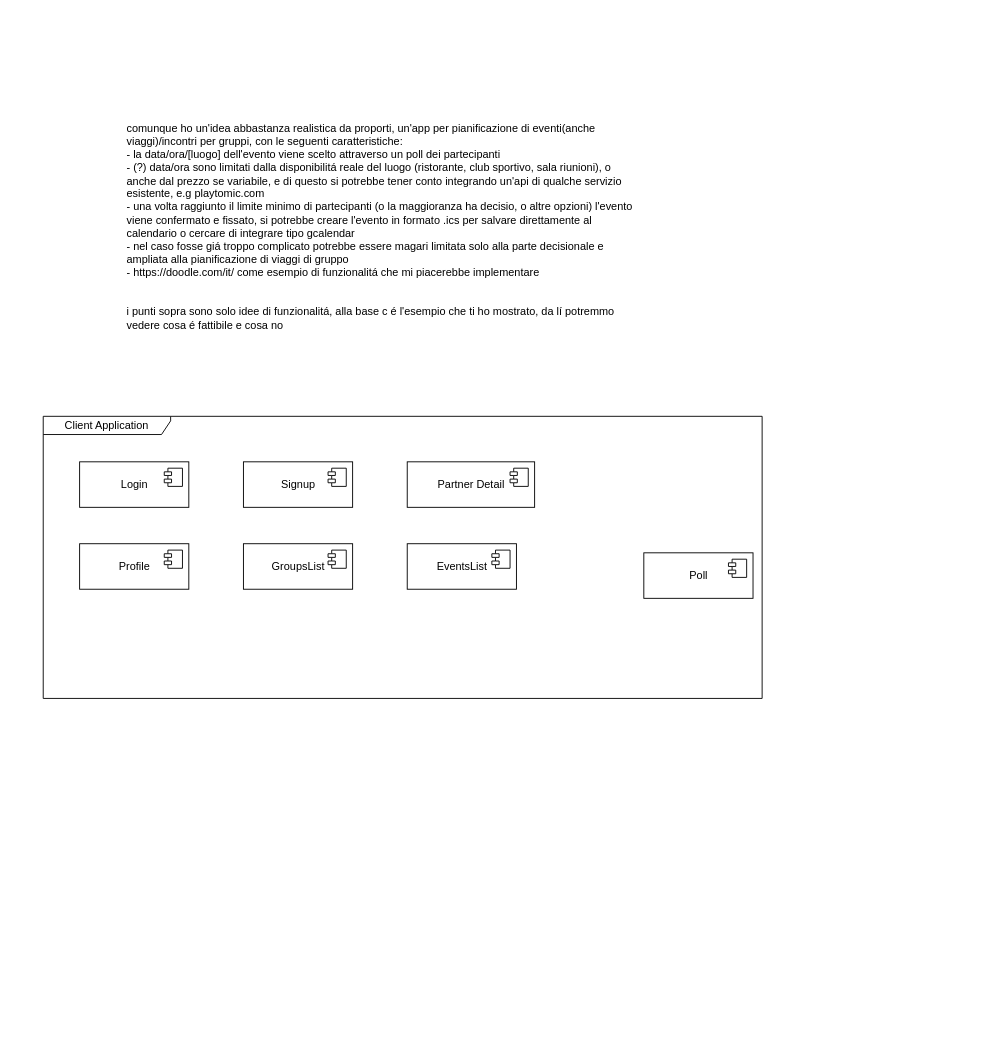
Before: DD.drawio in laaners/DIMA_DD, a draw.io diagram. Source tidied: cells renumbered, new cells numbered last; positions are measured from the earlier drawing's top-left corner, leaving out a move shared by most shapes. Both pictures are drawn from the tidied source at 91%, with x=0, y=0 at pixel (43, 116).
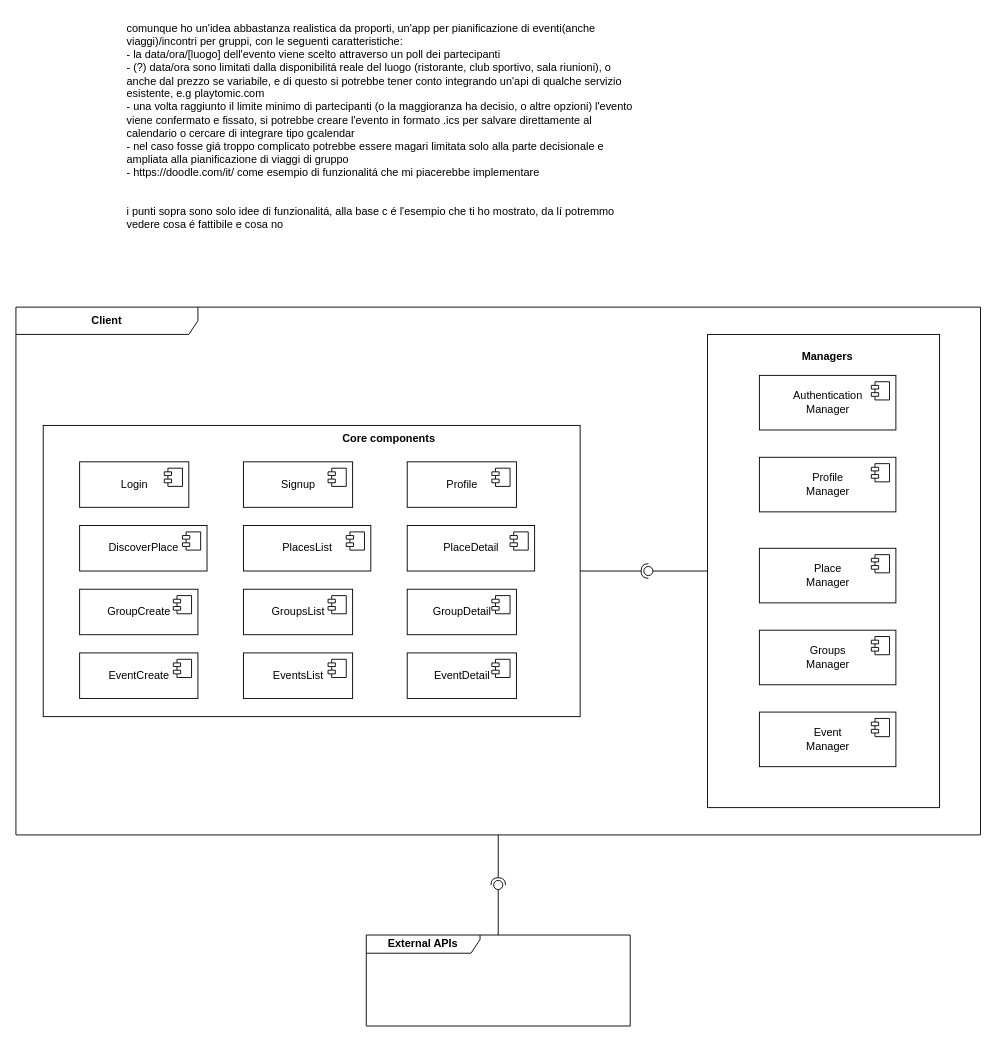
The same diagram, later.

Change to the diagram source:
```diff
@@
-    <mxCell id="2" value="Client Application" style="shape=umlFrame;whiteSpace=wrap;html=1;width=140;height=20;" parent="1" vertex="1">
-      <mxGeometry y="330" width="790" height="310" as="geometry" />
-    </mxCell>
+    <mxCell id="18" value="&lt;b&gt;Client&lt;/b&gt;" style="shape=umlFrame;whiteSpace=wrap;html=1;width=200;height=30;" parent="1" vertex="1">
+      <mxGeometry x="-30" y="210" width="1060" height="580" as="geometry" />
+    </mxCell>
+    <mxCell id="19" style="rounded=0;whiteSpace=wrap;html=1;" parent="1" vertex="1">
+      <mxGeometry x="730" y="240" width="255" height="520" as="geometry" />
+    </mxCell>
+    <mxCell id="20" style="rounded=0;whiteSpace=wrap;html=1;align=center;" parent="1" vertex="1">
+      <mxGeometry y="340" width="590" height="320" as="geometry" />
+    </mxCell>
     <mxCell id="3" value="comunque ho un'idea abbastanza realistica da proporti, un'app per pianificazione di eventi(anche viaggi)/incontri per gruppi, con le seguenti caratteristiche:&#10;- la data/ora/[luogo] dell'evento viene scelto attraverso un poll dei partecipanti&#10;- (?) data/ora sono limitati dalla disponibilitá reale del luogo (ristorante, club sportivo, sala riunioni), o anche dal prezzo se variabile, e di questo si potrebbe tener conto integrando un'api di qualche servizio esistente, e.g playtomic.com&#10;- una volta raggiunto il limite minimo di partecipanti (o la maggioranza ha decisio, o altre opzioni) l'evento viene confermato e fissato, si potrebbe creare l'evento in formato .ics per salvare direttamente al calendario o cercare di integrare tipo gcalendar&#10;- nel caso fosse giá troppo complicato potrebbe essere magari limitata solo alla parte decisionale e ampliata alla pianificazione di viaggi di gruppo&#10;- https://doodle.com/it/ come esempio di funzionalitá che mi piacerebbe implementare&#10;&#10;&#10;i punti sopra sono solo idee di funzionalitá, alla base c é l'esempio che ti ho mostrato, da lí potremmo vedere cosa é fattibile e cosa no" style="text;whiteSpace=wrap;html=1;" parent="1" vertex="1">
-      <mxGeometry x="90" width="560" height="250" as="geometry" />
+      <mxGeometry x="90" y="-110" width="560" height="250" as="geometry" />
     </mxCell>
@@
-    <mxCell id="8" value="Partner Detail" style="html=1;" parent="1" vertex="1">
-      <mxGeometry x="400" y="380" width="140" height="50" as="geometry" />
-    </mxCell>
-    <mxCell id="9" style="shape=module;jettyWidth=8;jettyHeight=4;" parent="8" vertex="1">
-      <mxGeometry x="1" width="20" height="20" relative="1" as="geometry">
-        <mxPoint x="-27" y="7" as="offset" />
-      </mxGeometry>
-    </mxCell>
     <mxCell id="10" value="Profile" style="html=1;" parent="1" vertex="1">
-      <mxGeometry x="40" y="470" width="120" height="50" as="geometry" />
+      <mxGeometry x="400" y="380" width="120" height="50" as="geometry" />
     </mxCell>
@@
-    <mxCell id="12" value="Poll" style="html=1;" parent="1" vertex="1">
-      <mxGeometry x="660" y="480" width="120" height="50" as="geometry" />
+    <mxCell id="12" value="EventDetail" style="html=1;" parent="1" vertex="1">
+      <mxGeometry x="400" y="590" width="120" height="50" as="geometry" />
     </mxCell>
@@
     <mxCell id="14" value="EventsList" style="html=1;" parent="1" vertex="1">
-      <mxGeometry x="400" y="470" width="120" height="50" as="geometry" />
+      <mxGeometry x="220" y="590" width="120" height="50" as="geometry" />
     </mxCell>
@@
     <mxCell id="16" value="GroupsList" style="html=1;" parent="1" vertex="1">
-      <mxGeometry x="220" y="470" width="120" height="50" as="geometry" />
+      <mxGeometry x="220" y="520" width="120" height="50" as="geometry" />
     </mxCell>
@@
+    <mxCell id="21" value="GroupDetail" style="html=1;" parent="1" vertex="1">
+      <mxGeometry x="400" y="520" width="120" height="50" as="geometry" />
+    </mxCell>
+    <mxCell id="22" style="shape=module;jettyWidth=8;jettyHeight=4;" parent="21" vertex="1">
+      <mxGeometry x="1" width="20" height="20" relative="1" as="geometry">
+        <mxPoint x="-27" y="7" as="offset" />
+      </mxGeometry>
+    </mxCell>
+    <mxCell id="23" value="EventCreate" style="html=1;" parent="1" vertex="1">
+      <mxGeometry x="40" y="590" width="130" height="50" as="geometry" />
+    </mxCell>
+    <mxCell id="24" style="shape=module;jettyWidth=8;jettyHeight=4;" parent="23" vertex="1">
+      <mxGeometry x="1" width="20" height="20" relative="1" as="geometry">
+        <mxPoint x="-27" y="7" as="offset" />
+      </mxGeometry>
+    </mxCell>
+    <mxCell id="25" value="DiscoverPlace" style="html=1;" parent="1" vertex="1">
+      <mxGeometry x="40" y="450" width="140" height="50" as="geometry" />
+    </mxCell>
+    <mxCell id="26" style="shape=module;jettyWidth=8;jettyHeight=4;" parent="25" vertex="1">
+      <mxGeometry x="1" width="20" height="20" relative="1" as="geometry">
+        <mxPoint x="-27" y="7" as="offset" />
+      </mxGeometry>
+    </mxCell>
+    <mxCell id="27" value="GroupCreate" style="html=1;" parent="1" vertex="1">
+      <mxGeometry x="40" y="520" width="130" height="50" as="geometry" />
+    </mxCell>
+    <mxCell id="28" style="shape=module;jettyWidth=8;jettyHeight=4;" parent="27" vertex="1">
+      <mxGeometry x="1" width="20" height="20" relative="1" as="geometry">
+        <mxPoint x="-27" y="7" as="offset" />
+      </mxGeometry>
+    </mxCell>
+    <mxCell id="29" value="PlacesList" style="html=1;" parent="1" vertex="1">
+      <mxGeometry x="220" y="450" width="140" height="50" as="geometry" />
+    </mxCell>
+    <mxCell id="30" style="shape=module;jettyWidth=8;jettyHeight=4;" parent="29" vertex="1">
+      <mxGeometry x="1" width="20" height="20" relative="1" as="geometry">
+        <mxPoint x="-27" y="7" as="offset" />
+      </mxGeometry>
+    </mxCell>
+    <mxCell id="31" value="PlaceDetail" style="html=1;" parent="1" vertex="1">
+      <mxGeometry x="400" y="450" width="140" height="50" as="geometry" />
+    </mxCell>
+    <mxCell id="32" style="shape=module;jettyWidth=8;jettyHeight=4;" parent="31" vertex="1">
+      <mxGeometry x="1" width="20" height="20" relative="1" as="geometry">
+        <mxPoint x="-27" y="7" as="offset" />
+      </mxGeometry>
+    </mxCell>
+    <mxCell id="33" value="&lt;b&gt;Core components&lt;/b&gt;" style="text;html=1;strokeColor=none;fillColor=none;align=center;verticalAlign=middle;whiteSpace=wrap;rounded=0;" parent="1" vertex="1">
+      <mxGeometry x="305" y="340" width="150" height="30" as="geometry" />
+    </mxCell>
+    <mxCell id="34" value="Authentication&lt;br&gt;Manager" style="html=1;" parent="1" vertex="1">
+      <mxGeometry x="787" y="285" width="150" height="60" as="geometry" />
+    </mxCell>
+    <mxCell id="35" style="shape=module;jettyWidth=8;jettyHeight=4;" parent="34" vertex="1">
+      <mxGeometry x="1" width="20" height="20" relative="1" as="geometry">
+        <mxPoint x="-27" y="7" as="offset" />
+      </mxGeometry>
+    </mxCell>
+    <mxCell id="36" value="Profile&lt;br&gt;Manager" style="html=1;" parent="1" vertex="1">
+      <mxGeometry x="787" y="375" width="150" height="60" as="geometry" />
+    </mxCell>
+    <mxCell id="37" style="shape=module;jettyWidth=8;jettyHeight=4;" parent="36" vertex="1">
+      <mxGeometry x="1" width="20" height="20" relative="1" as="geometry">
+        <mxPoint x="-27" y="7" as="offset" />
+      </mxGeometry>
+    </mxCell>
+    <mxCell id="38" value="Place&lt;br&gt;Manager" style="html=1;" parent="1" vertex="1">
+      <mxGeometry x="787" y="475" width="150" height="60" as="geometry" />
+    </mxCell>
+    <mxCell id="39" style="shape=module;jettyWidth=8;jettyHeight=4;" parent="38" vertex="1">
+      <mxGeometry x="1" width="20" height="20" relative="1" as="geometry">
+        <mxPoint x="-27" y="7" as="offset" />
+      </mxGeometry>
+    </mxCell>
+    <mxCell id="40" value="Groups&lt;br&gt;Manager" style="html=1;" parent="1" vertex="1">
+      <mxGeometry x="787" y="565" width="150" height="60" as="geometry" />
+    </mxCell>
+    <mxCell id="41" style="shape=module;jettyWidth=8;jettyHeight=4;" parent="40" vertex="1">
+      <mxGeometry x="1" width="20" height="20" relative="1" as="geometry">
+        <mxPoint x="-27" y="7" as="offset" />
+      </mxGeometry>
+    </mxCell>
+    <mxCell id="42" value="Event&lt;br&gt;Manager" style="html=1;" parent="1" vertex="1">
+      <mxGeometry x="787" y="655" width="150" height="60" as="geometry" />
+    </mxCell>
+    <mxCell id="43" style="shape=module;jettyWidth=8;jettyHeight=4;" parent="42" vertex="1">
+      <mxGeometry x="1" width="20" height="20" relative="1" as="geometry">
+        <mxPoint x="-27" y="7" as="offset" />
+      </mxGeometry>
+    </mxCell>
+    <mxCell id="44" value="&lt;b&gt;Managers&lt;/b&gt;" style="text;html=1;strokeColor=none;fillColor=none;align=center;verticalAlign=middle;whiteSpace=wrap;rounded=0;" parent="1" vertex="1">
+      <mxGeometry x="787" y="250" width="150" height="30" as="geometry" />
+    </mxCell>
+    <mxCell id="45" value="&lt;b&gt;External APIs&lt;/b&gt;" style="shape=umlFrame;whiteSpace=wrap;html=1;width=125;height=20;" parent="1" vertex="1">
+      <mxGeometry x="355" y="900" width="290" height="100" as="geometry" />
+    </mxCell>
+    <mxCell id="46" style="rounded=0;jettySize=auto;html=1;endArrow=none;endFill=0;sketch=0;sourcePerimeterSpacing=0;targetPerimeterSpacing=0;" parent="1" edge="1" source="45" target="48">
+      <mxGeometry relative="1" as="geometry" />
+    </mxCell>
+    <mxCell id="47" style="rounded=0;jettySize=auto;html=1;endArrow=halfCircle;endFill=0;entryX=0.5;entryY=0.5;endSize=6;strokeWidth=1;sketch=0;" parent="1" edge="1" source="18" target="48">
+      <mxGeometry relative="1" as="geometry" />
+    </mxCell>
+    <mxCell id="48" style="ellipse;whiteSpace=wrap;html=1;align=center;points=[];outlineConnect=0;sketch=0;" parent="1" vertex="1">
+      <mxGeometry x="495" y="840" width="10" height="10" as="geometry" />
+    </mxCell>
+    <mxCell id="49" style="rounded=0;jettySize=auto;html=1;endArrow=none;endFill=0;sketch=0;sourcePerimeterSpacing=0;targetPerimeterSpacing=0;exitX=0;exitY=0.5;exitDx=0;exitDy=0;" parent="1" edge="1" source="19" target="51">
+      <mxGeometry relative="1" as="geometry" />
+    </mxCell>
+    <mxCell id="50" style="rounded=0;jettySize=auto;html=1;endArrow=halfCircle;endFill=0;entryX=0.5;entryY=0.5;endSize=6;strokeWidth=1;sketch=0;exitX=1;exitY=0.5;exitDx=0;exitDy=0;" parent="1" edge="1" source="20" target="51">
+      <mxGeometry relative="1" as="geometry" />
+    </mxCell>
+    <mxCell id="51" style="ellipse;whiteSpace=wrap;html=1;align=center;points=[];outlineConnect=0;sketch=0;" parent="1" vertex="1">
+      <mxGeometry x="660" y="495" width="10" height="10" as="geometry" />
+    </mxCell>
```
